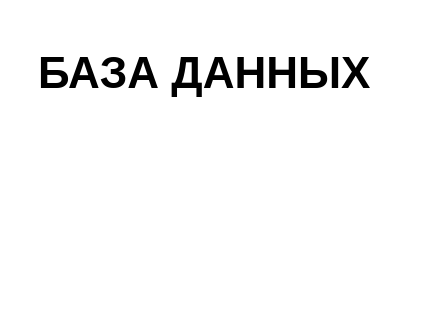
Earlier version of the draw.io diagram page "таски" (3 of 4) of мебкух.drawio (User-cyber-new/mebkuch). Source tidied: cells renumbered, new cells numbered last; positions are measured from the earlier drawing's top-left corner, leaving out a move shared by most shapes. Both pictures are drawn from the tidied source at 200%, with x=0, y=0 at pixel (34, 34).
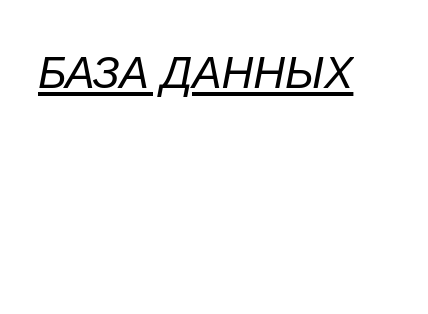
Above is the later version.

Change to the diagram source:
```diff
@@
 <mxGraphModel>
   <root>
     <mxCell id="0" />
     <mxCell id="1" parent="0" />
-    <mxCell id="2" value="&lt;h1 style=&quot;margin-top: 0px;&quot;&gt;&lt;span style=&quot;background-color: light-dark(#ffffff, var(--ge-dark-color, #121212)); color: light-dark(rgb(0, 0, 0), rgb(255, 255, 255));&quot;&gt;БАЗА ДАННЫХ&lt;br&gt;&lt;/span&gt;&lt;br&gt;&lt;/h1&gt;" style="text;html=1;whiteSpace=wrap;overflow=hidden;rounded=0;fontFamily=Helvetica;fontSize=11;fontColor=default;labelBackgroundColor=default;" parent="1" vertex="1">
+    <mxCell id="2" value="&lt;h1 style=&quot;margin-top: 0px;&quot;&gt;&lt;span style=&quot;background-color: light-dark(#ffffff, var(--ge-dark-color, #121212)); color: light-dark(rgb(0, 0, 0), rgb(255, 255, 255)); font-weight: normal;&quot;&gt;&lt;i&gt;&lt;u&gt;БАЗА ДАННЫХ&lt;br&gt;&lt;/u&gt;&lt;/i&gt;&lt;/span&gt;&lt;br&gt;&lt;/h1&gt;" style="text;html=1;whiteSpace=wrap;overflow=hidden;rounded=0;fontFamily=Helvetica;fontSize=11;fontColor=default;labelBackgroundColor=default;" parent="1" vertex="1">
       <mxGeometry width="180" height="120" as="geometry" />
     </mxCell>
   </root>
 </mxGraphModel>
```
